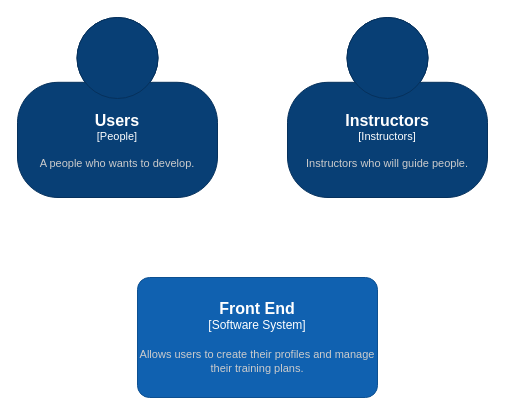
Before: C4 Diagram/FitnessAppDiagram.drawio in AtanasDimitrov12/FitnessApp-Backend, a draw.io diagram. Source tidied: cells renumbered, new cells numbered last; positions are measured from the earlier drawing's top-left corner, leaving out a move shared by most shapes. Both pictures are drawn from the tidied source at 100%, with x=0, y=0 at pixel (17, 17).
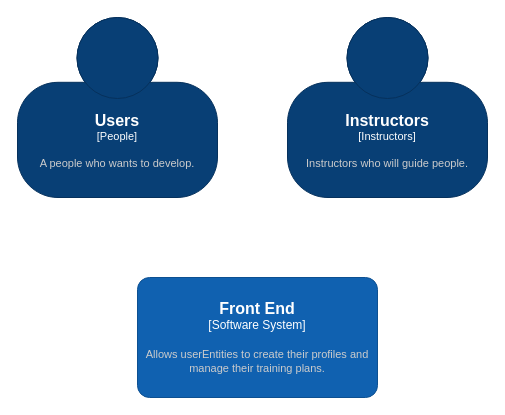
The same page after the edit.

Change to the diagram source:
```diff
@@
 <mxGraphModel>
   <root>
     <mxCell id="0" />
     <mxCell id="1" parent="0" />
     <object id="2" label="&lt;font style=&quot;font-size: 16px&quot;&gt;&lt;b&gt;%c4Name%&lt;/b&gt;&lt;/font&gt;&lt;div&gt;[%c4Type%]&lt;/div&gt;&lt;br&gt;&lt;div&gt;&lt;font style=&quot;font-size: 11px&quot;&gt;&lt;font color=&quot;#cccccc&quot;&gt;%c4Description%&lt;/font&gt;&lt;/div&gt;" c4Description="A people who wants to develop." c4Name="Users" c4Type="People" placeholders="1">
       <mxCell style="html=1;fontSize=11;dashed=0;whiteSpace=wrap;fillColor=#083F75;strokeColor=#06315C;fontColor=#ffffff;shape=mxgraph.c4.person2;align=center;" parent="1" vertex="1">
         <mxGeometry width="200" height="180" as="geometry" />
       </mxCell>
     </object>
     <object id="3" label="&lt;font style=&quot;font-size: 16px&quot;&gt;&lt;b&gt;%c4Name%&lt;/b&gt;&lt;/font&gt;&lt;div&gt;[%c4Type%]&lt;/div&gt;&lt;br&gt;&lt;div&gt;&lt;font style=&quot;font-size: 11px&quot;&gt;&lt;font color=&quot;#cccccc&quot;&gt;%c4Description%&lt;/font&gt;&lt;/div&gt;" c4Description="Instructors who will guide people." c4Name="Instructors" c4Type="Instructors" placeholders="1">
       <mxCell style="html=1;fontSize=11;dashed=0;whiteSpace=wrap;fillColor=#083F75;strokeColor=#06315C;fontColor=#ffffff;shape=mxgraph.c4.person2;align=center;" parent="1" vertex="1">
         <mxGeometry x="270" width="200" height="180" as="geometry" />
       </mxCell>
     </object>
-    <object id="4" label="&lt;font style=&quot;font-size: 16px&quot;&gt;&lt;b&gt;%c4Name%&lt;/b&gt;&lt;/font&gt;&lt;div&gt;[%c4Type%]&lt;/div&gt;&lt;br&gt;&lt;div&gt;&lt;font style=&quot;font-size: 11px&quot;&gt;&lt;font color=&quot;#cccccc&quot;&gt;%c4Description%&lt;/font&gt;&lt;/div&gt;" c4Description="Allows users to create their profiles and manage their training plans." c4Name="Front End" c4Type="Software System" placeholders="1">
+    <object id="4" label="&lt;font style=&quot;font-size: 16px&quot;&gt;&lt;b&gt;%c4Name%&lt;/b&gt;&lt;/font&gt;&lt;div&gt;[%c4Type%]&lt;/div&gt;&lt;br&gt;&lt;div&gt;&lt;font style=&quot;font-size: 11px&quot;&gt;&lt;font color=&quot;#cccccc&quot;&gt;%c4Description%&lt;/font&gt;&lt;/div&gt;" c4Description="Allows userEntities to create their profiles and manage their training plans." c4Name="Front End" c4Type="Software System" placeholders="1">
       <mxCell style="rounded=1;whiteSpace=wrap;html=1;labelBackgroundColor=none;fillColor=#1061B0;fontColor=#ffffff;align=center;arcSize=10;strokeColor=#0D5091;" parent="1" vertex="1">
         <mxGeometry x="120" y="260" width="240" height="120" as="geometry" />
       </mxCell>
     </object>
   </root>
 </mxGraphModel>
```
